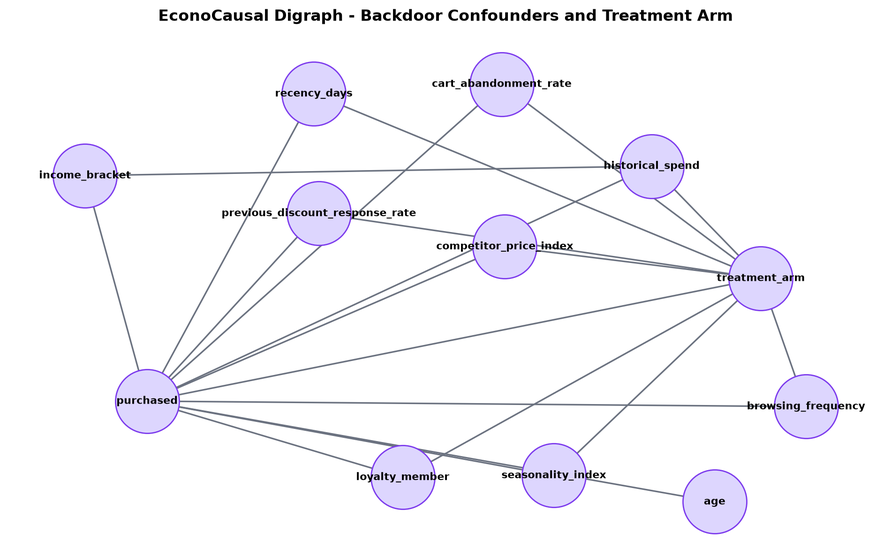
Above: reports/figures/causal_dag.png in gayatri-rane-codes/EconoCausal (Graphviz), before the change. Its source is kept beside it as reports/figures/causal_dag.dot. The source it was exported from:
```dot
digraph {
cart_abandonment_rate -> treatment_arm;
cart_abandonment_rate -> purchased;
previous_discount_response_rate -> treatment_arm;
previous_discount_response_rate -> purchased;
historical_spend -> treatment_arm;
historical_spend -> purchased;
recency_days -> treatment_arm;
recency_days -> purchased;
browsing_frequency -> treatment_arm;
browsing_frequency -> purchased;
loyalty_member -> treatment_arm;
loyalty_member -> purchased;
competitor_price_index -> treatment_arm;
competitor_price_index -> purchased;
seasonality_index -> treatment_arm;
seasonality_index -> purchased;
age -> purchased;
income_bracket -> historical_spend;
income_bracket -> purchased;
treatment_arm -> purchased;
}
```
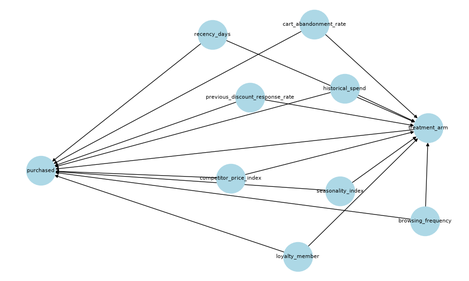
The same file after the commit.

Commit message:
test: validate causal DAG and identification assumptions

What changed in the source:
```diff
@@ -15,8 +15,5 @@
 competitor_price_index -> purchased;
 seasonality_index -> treatment_arm;
 seasonality_index -> purchased;
-age -> purchased;
-income_bracket -> historical_spend;
-income_bracket -> purchased;
 treatment_arm -> purchased;
 }
```
